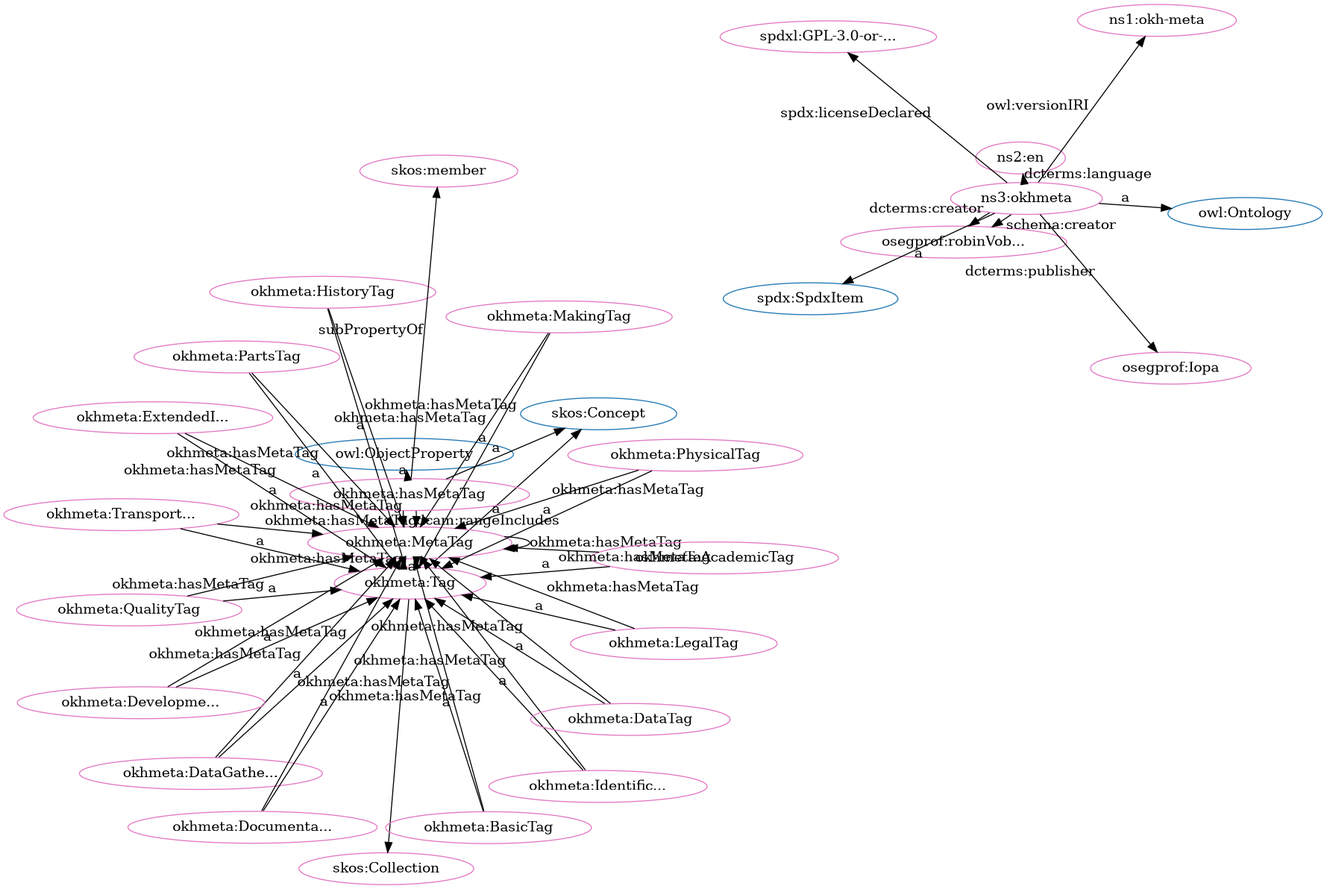
This is src/spec/fdp_okh-meta.png from iop-alliance/OpenKnowHow, a Graphviz export, as it was before one commit. Its source is kept beside it as src/spec/fdp_okh-meta.dot.
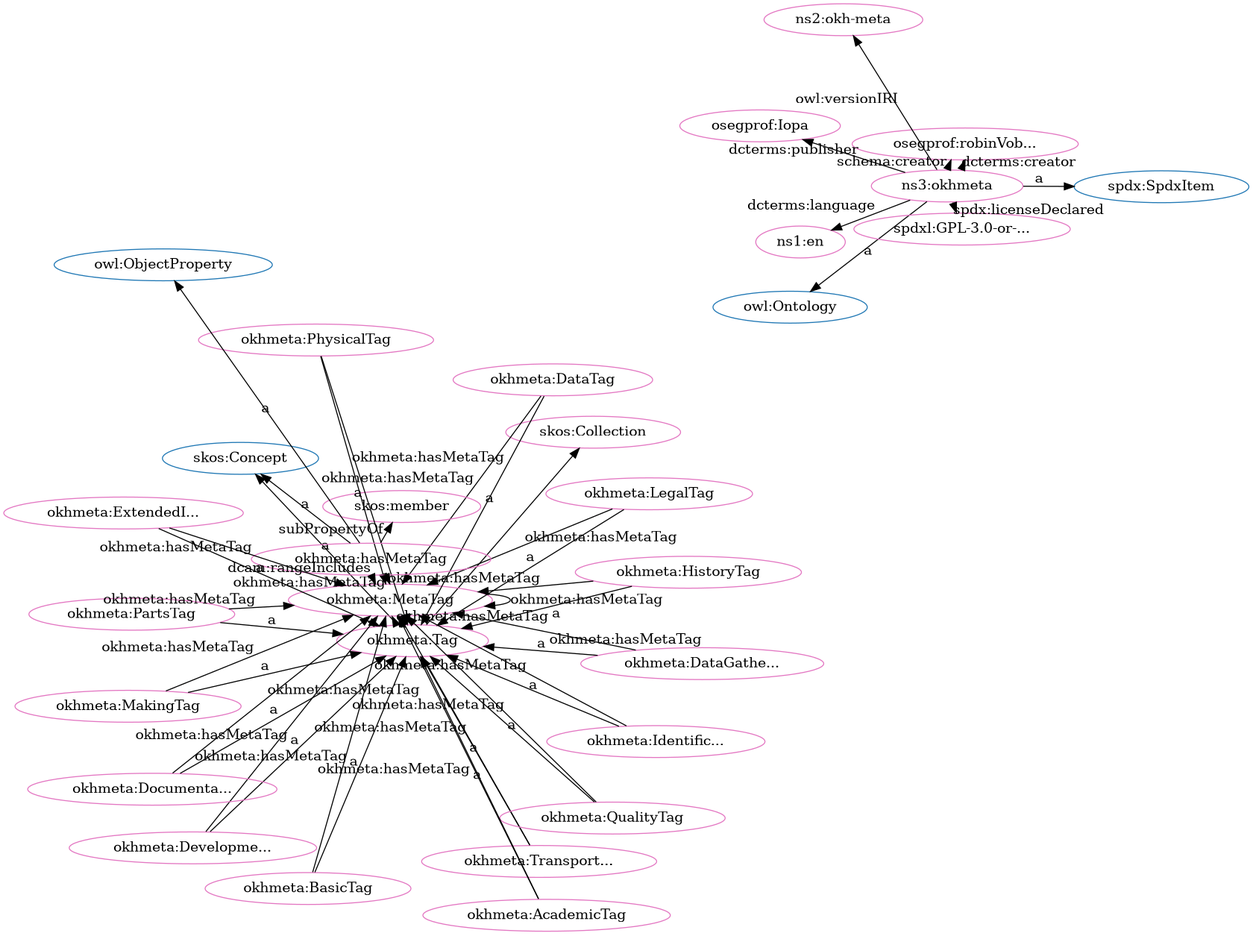
Above is the later version.

Diff of the diagram source:
```diff
@@ -1,84 +1,84 @@
 digraph G {
   rankdir=BT
   node[height=.3]
+"http://www.w3.org/2002/07/owl#Ontology" [fillcolor="#1f77b4" color="#1f77b4" label="owl:Ontology"]
 "http://www.w3.org/2002/07/owl#ObjectProperty" [fillcolor="#1f77b4" color="#1f77b4" label="owl:ObjectProperty"]
+"http://w3id.org/oseg/ont/okhmeta#Tag" [fillcolor="#1f77b4" color="#1f77b4" label="okhmeta:Tag"]
+"http://www.w3.org/2004/02/skos/core#Concept" [fillcolor="#1f77b4" color="#1f77b4" label="skos:Concept"]
 "http://spdx.org/rdf/terms#SpdxItem" [fillcolor="#1f77b4" color="#1f77b4" label="spdx:SpdxItem"]
-"http://www.w3.org/2002/07/owl#Ontology" [fillcolor="#1f77b4" color="#1f77b4" label="owl:Ontology"]
-"http://www.w3.org/2004/02/skos/core#Concept" [fillcolor="#1f77b4" color="#1f77b4" label="skos:Concept"]
 "http://www.w3.org/2004/02/skos/core#Collection" [fillcolor="#1f77b4" color="#1f77b4" label="skos:Collection"]
-"http://w3id.org/oseg/ont/okhmeta#Tag" [fillcolor="#1f77b4" color="#1f77b4" label="okhmeta:Tag"]
+"http://w3id.org/oseg/ont/okhmeta#DataTag" [fillcolor="#e377c2" color="#e377c2" label="okhmeta:DataTag"]
+"http://w3id.org/oseg/ont/okhmeta#HistoryTag" [fillcolor="#e377c2" color="#e377c2" label="okhmeta:HistoryTag"]
+"http://w3id.org/oseg/ont/okhmeta#MetaTag" [fillcolor="#e377c2" color="#e377c2" label="okhmeta:MetaTag"]
+"http://w3id.org/oseg/ont/okhmeta#TransportationTag" [fillcolor="#e377c2" color="#e377c2" label="okhmeta:Transport..."]
+"http://w3id.org/oseg/ont/okhmeta#DevelopmentTag" [fillcolor="#e377c2" color="#e377c2" label="okhmeta:Developme..."]
 "http://w3id.org/oseg/ont/okhmeta#MakingTag" [fillcolor="#e377c2" color="#e377c2" label="okhmeta:MakingTag"]
-"http://w3id.org/oseg/ont/okhmeta#MetaTag" [fillcolor="#e377c2" color="#e377c2" label="okhmeta:MetaTag"]
+"http://w3id.org/oseg/ont/okhmeta#IdentificationTag" [fillcolor="#e377c2" color="#e377c2" label="okhmeta:Identific..."]
+"http://id.loc.gov/vocabulary/iso639-1/en" [fillcolor="#e377c2" color="#e377c2" label="ns1:en"]
+"http://w3id.org/oseg/ont/okhmeta#PartsTag" [fillcolor="#e377c2" color="#e377c2" label="okhmeta:PartsTag"]
+"http://w3id.org/oseg/ont/1.1.0/okh-meta" [fillcolor="#e377c2" color="#e377c2" label="ns2:okh-meta"]
+"http://www.w3.org/2004/02/skos/core#member" [fillcolor="#e377c2" color="#e377c2" label="skos:member"]
+"http://w3id.org/oseg/ont/okhmeta#LegalTag" [fillcolor="#e377c2" color="#e377c2" label="okhmeta:LegalTag"]
 "http://w3id.org/oseg/ont/oseg-profiles#robinVobruba" [fillcolor="#e377c2" color="#e377c2" label="osegprof:robinVob..."]
+"http://w3id.org/oseg/ont/okhmeta#QualityTag" [fillcolor="#e377c2" color="#e377c2" label="okhmeta:QualityTag"]
+"http://w3id.org/oseg/ont/oseg-profiles#Iopa" [fillcolor="#e377c2" color="#e377c2" label="osegprof:Iopa"]
+"http://w3id.org/oseg/ont/okhmeta#PhysicalTag" [fillcolor="#e377c2" color="#e377c2" label="okhmeta:PhysicalTag"]
+"http://www.w3.org/2004/02/skos/core#Collection" [fillcolor="#e377c2" color="#e377c2" label="skos:Collection"]
+"http://w3id.org/oseg/ont/okhmeta" [fillcolor="#e377c2" color="#e377c2" label="ns3:okhmeta"]
 "http://spdx.org/licenses/GPL-3.0-or-later" [fillcolor="#e377c2" color="#e377c2" label="spdxl:GPL-3.0-or-..."]
-"http://w3id.org/oseg/ont/1.1.0/okh-meta" [fillcolor="#e377c2" color="#e377c2" label="ns1:okh-meta"]
-"http://www.w3.org/2004/02/skos/core#member" [fillcolor="#e377c2" color="#e377c2" label="skos:member"]
-"http://id.loc.gov/vocabulary/iso639-1/en" [fillcolor="#e377c2" color="#e377c2" label="ns2:en"]
-"http://w3id.org/oseg/ont/okhmeta#PhysicalTag" [fillcolor="#e377c2" color="#e377c2" label="okhmeta:PhysicalTag"]
-"http://w3id.org/oseg/ont/okhmeta" [fillcolor="#e377c2" color="#e377c2" label="ns3:okhmeta"]
+"http://w3id.org/oseg/ont/okhmeta#AcademicTag" [fillcolor="#e377c2" color="#e377c2" label="okhmeta:AcademicTag"]
+"http://w3id.org/oseg/ont/okhmeta#DocumentationTag" [fillcolor="#e377c2" color="#e377c2" label="okhmeta:Documenta..."]
+"http://w3id.org/oseg/ont/okhmeta#Tag" [fillcolor="#e377c2" color="#e377c2" label="okhmeta:Tag"]
+"http://w3id.org/oseg/ont/okhmeta#hasMetaTag" [fillcolor="#e377c2" color="#e377c2" label="okhmeta:hasMetaTag"]
+"http://w3id.org/oseg/ont/okhmeta#ExtendedInfoTag" [fillcolor="#e377c2" color="#e377c2" label="okhmeta:ExtendedI..."]
 "http://w3id.org/oseg/ont/okhmeta#DataGatheringTag" [fillcolor="#e377c2" color="#e377c2" label="okhmeta:DataGathe..."]
-"http://w3id.org/oseg/ont/okhmeta#AcademicTag" [fillcolor="#e377c2" color="#e377c2" label="okhmeta:AcademicTag"]
-"http://w3id.org/oseg/ont/okhmeta#IdentificationTag" [fillcolor="#e377c2" color="#e377c2" label="okhmeta:Identific..."]
-"http://w3id.org/oseg/ont/okhmeta#TransportationTag" [fillcolor="#e377c2" color="#e377c2" label="okhmeta:Transport..."]
-"http://w3id.org/oseg/ont/okhmeta#Tag" [fillcolor="#e377c2" color="#e377c2" label="okhmeta:Tag"]
-"http://w3id.org/oseg/ont/okhmeta#HistoryTag" [fillcolor="#e377c2" color="#e377c2" label="okhmeta:HistoryTag"]
-"http://w3id.org/oseg/ont/okhmeta#hasMetaTag" [fillcolor="#e377c2" color="#e377c2" label="okhmeta:hasMetaTag"]
-"http://www.w3.org/2004/02/skos/core#Collection" [fillcolor="#e377c2" color="#e377c2" label="skos:Collection"]
-"http://w3id.org/oseg/ont/okhmeta#ExtendedInfoTag" [fillcolor="#e377c2" color="#e377c2" label="okhmeta:ExtendedI..."]
-"http://w3id.org/oseg/ont/okhmeta#DataTag" [fillcolor="#e377c2" color="#e377c2" label="okhmeta:DataTag"]
-"http://w3id.org/oseg/ont/oseg-profiles#Iopa" [fillcolor="#e377c2" color="#e377c2" label="osegprof:Iopa"]
 "http://w3id.org/oseg/ont/okhmeta#BasicTag" [fillcolor="#e377c2" color="#e377c2" label="okhmeta:BasicTag"]
-"http://w3id.org/oseg/ont/okhmeta#PartsTag" [fillcolor="#e377c2" color="#e377c2" label="okhmeta:PartsTag"]
-"http://w3id.org/oseg/ont/okhmeta#DevelopmentTag" [fillcolor="#e377c2" color="#e377c2" label="okhmeta:Developme..."]
-"http://w3id.org/oseg/ont/okhmeta#DocumentationTag" [fillcolor="#e377c2" color="#e377c2" label="okhmeta:Documenta..."]
-"http://w3id.org/oseg/ont/okhmeta#LegalTag" [fillcolor="#e377c2" color="#e377c2" label="okhmeta:LegalTag"]
-"http://w3id.org/oseg/ont/okhmeta#QualityTag" [fillcolor="#e377c2" color="#e377c2" label="okhmeta:QualityTag"]
-  "http://w3id.org/oseg/ont/okhmeta#PhysicalTag" -> "http://w3id.org/oseg/ont/okhmeta#MetaTag" [label="okhmeta:hasMetaTag"]
-  "http://w3id.org/oseg/ont/okhmeta" -> "http://w3id.org/oseg/ont/oseg-profiles#robinVobruba" [label="schema:creator"]
-  "http://w3id.org/oseg/ont/okhmeta" -> "http://id.loc.gov/vocabulary/iso639-1/en" [label="dcterms:language"]
-  "http://w3id.org/oseg/ont/okhmeta#PhysicalTag" -> "http://w3id.org/oseg/ont/okhmeta#Tag" [label="a"]
-  "http://w3id.org/oseg/ont/okhmeta#hasMetaTag" -> "http://w3id.org/oseg/ont/okhmeta#MetaTag" [label="dcam:rangeIncludes"]
-  "http://w3id.org/oseg/ont/okhmeta#hasMetaTag" -> "http://w3id.org/oseg/ont/okhmeta#MetaTag" [label="okhmeta:hasMetaTag"]
-  "http://w3id.org/oseg/ont/okhmeta#TransportationTag" -> "http://w3id.org/oseg/ont/okhmeta#MetaTag" [label="okhmeta:hasMetaTag"]
-  "http://w3id.org/oseg/ont/okhmeta#AcademicTag" -> "http://w3id.org/oseg/ont/okhmeta#Tag" [label="a"]
-  "http://w3id.org/oseg/ont/okhmeta#HistoryTag" -> "http://w3id.org/oseg/ont/okhmeta#MetaTag" [label="okhmeta:hasMetaTag"]
+  "http://w3id.org/oseg/ont/okhmeta#DataTag" -> "http://w3id.org/oseg/ont/okhmeta#Tag" [label="a"]
+  "http://w3id.org/oseg/ont/okhmeta#HistoryTag" -> "http://w3id.org/oseg/ont/okhmeta#Tag" [label="a"]
+  "http://w3id.org/oseg/ont/okhmeta#IdentificationTag" -> "http://w3id.org/oseg/ont/okhmeta#MetaTag" [label="okhmeta:hasMetaTag"]
   "http://w3id.org/oseg/ont/okhmeta#PartsTag" -> "http://w3id.org/oseg/ont/okhmeta#MetaTag" [label="okhmeta:hasMetaTag"]
   "http://w3id.org/oseg/ont/okhmeta#TransportationTag" -> "http://w3id.org/oseg/ont/okhmeta#Tag" [label="a"]
+  "http://w3id.org/oseg/ont/okhmeta#DevelopmentTag" -> "http://w3id.org/oseg/ont/okhmeta#Tag" [label="a"]
+  "http://w3id.org/oseg/ont/okhmeta#MakingTag" -> "http://w3id.org/oseg/ont/okhmeta#Tag" [label="a"]
+  "http://w3id.org/oseg/ont/okhmeta#MetaTag" -> "http://w3id.org/oseg/ont/okhmeta#MetaTag" [label="okhmeta:hasMetaTag"]
+  "http://w3id.org/oseg/ont/okhmeta#ExtendedInfoTag" -> "http://w3id.org/oseg/ont/okhmeta#MetaTag" [label="okhmeta:hasMetaTag"]
+  "http://w3id.org/oseg/ont/okhmeta#QualityTag" -> "http://w3id.org/oseg/ont/okhmeta#MetaTag" [label="okhmeta:hasMetaTag"]
+  "http://w3id.org/oseg/ont/okhmeta#LegalTag" -> "http://w3id.org/oseg/ont/okhmeta#Tag" [label="a"]
+  "http://w3id.org/oseg/ont/okhmeta" -> "http://w3id.org/oseg/ont/oseg-profiles#robinVobruba" [label="schema:creator"]
+  "http://w3id.org/oseg/ont/okhmeta#HistoryTag" -> "http://w3id.org/oseg/ont/okhmeta#MetaTag" [label="okhmeta:hasMetaTag"]
+  "http://w3id.org/oseg/ont/okhmeta#MetaTag" -> "http://w3id.org/oseg/ont/okhmeta#Tag" [label="a"]
+  "http://w3id.org/oseg/ont/okhmeta#PhysicalTag" -> "http://w3id.org/oseg/ont/okhmeta#Tag" [label="a"]
+  "http://w3id.org/oseg/ont/okhmeta#MakingTag" -> "http://w3id.org/oseg/ont/okhmeta#MetaTag" [label="okhmeta:hasMetaTag"]
+  "http://w3id.org/oseg/ont/okhmeta#Tag" -> "http://www.w3.org/2004/02/skos/core#Collection" [label=""]
+  "http://w3id.org/oseg/ont/okhmeta" -> "http://spdx.org/licenses/GPL-3.0-or-later" [label="spdx:licenseDeclared"]
+  "http://w3id.org/oseg/ont/okhmeta#AcademicTag" -> "http://w3id.org/oseg/ont/okhmeta#Tag" [label="a"]
+  "http://w3id.org/oseg/ont/okhmeta#DocumentationTag" -> "http://w3id.org/oseg/ont/okhmeta#Tag" [label="a"]
+  "http://w3id.org/oseg/ont/okhmeta" -> "http://www.w3.org/2002/07/owl#Ontology" [label="a"]
+  "http://w3id.org/oseg/ont/okhmeta#DataGatheringTag" -> "http://w3id.org/oseg/ont/okhmeta#Tag" [label="a"]
+  "http://w3id.org/oseg/ont/okhmeta#DataTag" -> "http://w3id.org/oseg/ont/okhmeta#MetaTag" [label="okhmeta:hasMetaTag"]
+  "http://w3id.org/oseg/ont/okhmeta#BasicTag" -> "http://w3id.org/oseg/ont/okhmeta#Tag" [label="a"]
+  "http://w3id.org/oseg/ont/okhmeta" -> "http://w3id.org/oseg/ont/oseg-profiles#robinVobruba" [label="dcterms:creator"]
+  "http://w3id.org/oseg/ont/okhmeta#hasMetaTag" -> "http://www.w3.org/2004/02/skos/core#Concept" [label="a"]
+  "http://w3id.org/oseg/ont/okhmeta#TransportationTag" -> "http://w3id.org/oseg/ont/okhmeta#MetaTag" [label="okhmeta:hasMetaTag"]
+  "http://w3id.org/oseg/ont/okhmeta#DevelopmentTag" -> "http://w3id.org/oseg/ont/okhmeta#MetaTag" [label="okhmeta:hasMetaTag"]
+  "http://w3id.org/oseg/ont/okhmeta#IdentificationTag" -> "http://w3id.org/oseg/ont/okhmeta#Tag" [label="a"]
+  "http://w3id.org/oseg/ont/okhmeta#LegalTag" -> "http://w3id.org/oseg/ont/okhmeta#MetaTag" [label="okhmeta:hasMetaTag"]
+  "http://w3id.org/oseg/ont/okhmeta" -> "http://id.loc.gov/vocabulary/iso639-1/en" [label="dcterms:language"]
+  "http://w3id.org/oseg/ont/okhmeta#PartsTag" -> "http://w3id.org/oseg/ont/okhmeta#Tag" [label="a"]
+  "http://w3id.org/oseg/ont/okhmeta" -> "http://w3id.org/oseg/ont/1.1.0/okh-meta" [label="owl:versionIRI"]
+  "http://w3id.org/oseg/ont/okhmeta#hasMetaTag" -> "http://w3id.org/oseg/ont/okhmeta#MetaTag" [label="okhmeta:hasMetaTag"]
+  "http://w3id.org/oseg/ont/okhmeta#hasMetaTag" -> "http://www.w3.org/2004/02/skos/core#member" [label="subPropertyOf"]
+  "http://w3id.org/oseg/ont/okhmeta#PhysicalTag" -> "http://w3id.org/oseg/ont/okhmeta#MetaTag" [label="okhmeta:hasMetaTag"]
+  "http://w3id.org/oseg/ont/okhmeta#QualityTag" -> "http://w3id.org/oseg/ont/okhmeta#Tag" [label="a"]
+  "http://w3id.org/oseg/ont/okhmeta" -> "http://w3id.org/oseg/ont/oseg-profiles#Iopa" [label="dcterms:publisher"]
+  "http://w3id.org/oseg/ont/okhmeta#hasMetaTag" -> "http://w3id.org/oseg/ont/okhmeta#MetaTag" [label="dcam:rangeIncludes"]
+  "http://w3id.org/oseg/ont/okhmeta" -> "http://spdx.org/rdf/terms#SpdxItem" [label="a"]
+  "http://w3id.org/oseg/ont/okhmeta#AcademicTag" -> "http://w3id.org/oseg/ont/okhmeta#MetaTag" [label="okhmeta:hasMetaTag"]
+  "http://w3id.org/oseg/ont/okhmeta#DocumentationTag" -> "http://w3id.org/oseg/ont/okhmeta#MetaTag" [label="okhmeta:hasMetaTag"]
   "http://w3id.org/oseg/ont/okhmeta#Tag" -> "http://www.w3.org/2004/02/skos/core#Concept" [label="a"]
-  "http://w3id.org/oseg/ont/okhmeta#HistoryTag" -> "http://w3id.org/oseg/ont/okhmeta#Tag" [label="a"]
   "http://w3id.org/oseg/ont/okhmeta#hasMetaTag" -> "http://www.w3.org/2002/07/owl#ObjectProperty" [label="a"]
-  "http://w3id.org/oseg/ont/okhmeta" -> "http://w3id.org/oseg/ont/oseg-profiles#robinVobruba" [label="dcterms:creator"]
-  "http://w3id.org/oseg/ont/okhmeta#DataTag" -> "http://w3id.org/oseg/ont/okhmeta#Tag" [label="a"]
-  "http://w3id.org/oseg/ont/okhmeta#MakingTag" -> "http://w3id.org/oseg/ont/okhmeta#MetaTag" [label="okhmeta:hasMetaTag"]
-  "http://w3id.org/oseg/ont/okhmeta" -> "http://w3id.org/oseg/ont/oseg-profiles#Iopa" [label="dcterms:publisher"]
-  "http://w3id.org/oseg/ont/okhmeta" -> "http://www.w3.org/2002/07/owl#Ontology" [label="a"]
-  "http://w3id.org/oseg/ont/okhmeta#QualityTag" -> "http://w3id.org/oseg/ont/okhmeta#MetaTag" [label="okhmeta:hasMetaTag"]
-  "http://w3id.org/oseg/ont/okhmeta#PartsTag" -> "http://w3id.org/oseg/ont/okhmeta#Tag" [label="a"]
-  "http://w3id.org/oseg/ont/okhmeta#DevelopmentTag" -> "http://w3id.org/oseg/ont/okhmeta#Tag" [label="a"]
-  "http://w3id.org/oseg/ont/okhmeta#QualityTag" -> "http://w3id.org/oseg/ont/okhmeta#Tag" [label="a"]
-  "http://w3id.org/oseg/ont/okhmeta#MakingTag" -> "http://w3id.org/oseg/ont/okhmeta#Tag" [label="a"]
-  "http://w3id.org/oseg/ont/okhmeta#DevelopmentTag" -> "http://w3id.org/oseg/ont/okhmeta#MetaTag" [label="okhmeta:hasMetaTag"]
-  "http://w3id.org/oseg/ont/okhmeta" -> "http://spdx.org/licenses/GPL-3.0-or-later" [label="spdx:licenseDeclared"]
+  "http://w3id.org/oseg/ont/okhmeta#DataGatheringTag" -> "http://w3id.org/oseg/ont/okhmeta#MetaTag" [label="okhmeta:hasMetaTag"]
+  "http://w3id.org/oseg/ont/okhmeta#BasicTag" -> "http://w3id.org/oseg/ont/okhmeta#MetaTag" [label="okhmeta:hasMetaTag"]
+  "http://w3id.org/oseg/ont/okhmeta#ExtendedInfoTag" -> "http://w3id.org/oseg/ont/okhmeta#Tag" [label="a"]
   "http://w3id.org/oseg/ont/okhmeta#Tag" -> "http://w3id.org/oseg/ont/okhmeta#MetaTag" [label="okhmeta:hasMetaTag"]
-  "http://w3id.org/oseg/ont/okhmeta#IdentificationTag" -> "http://w3id.org/oseg/ont/okhmeta#MetaTag" [label="okhmeta:hasMetaTag"]
-  "http://w3id.org/oseg/ont/okhmeta" -> "http://w3id.org/oseg/ont/1.1.0/okh-meta" [label="owl:versionIRI"]
-  "http://w3id.org/oseg/ont/okhmeta#hasMetaTag" -> "http://www.w3.org/2004/02/skos/core#member" [label="subPropertyOf"]
-  "http://w3id.org/oseg/ont/okhmeta" -> "http://spdx.org/rdf/terms#SpdxItem" [label="a"]
-  "http://w3id.org/oseg/ont/okhmeta#DataGatheringTag" -> "http://w3id.org/oseg/ont/okhmeta#Tag" [label="a"]
-  "http://w3id.org/oseg/ont/okhmeta#ExtendedInfoTag" -> "http://w3id.org/oseg/ont/okhmeta#MetaTag" [label="okhmeta:hasMetaTag"]
-  "http://w3id.org/oseg/ont/okhmeta#IdentificationTag" -> "http://w3id.org/oseg/ont/okhmeta#Tag" [label="a"]
-  "http://w3id.org/oseg/ont/okhmeta#BasicTag" -> "http://w3id.org/oseg/ont/okhmeta#MetaTag" [label="okhmeta:hasMetaTag"]
-  "http://w3id.org/oseg/ont/okhmeta#DataGatheringTag" -> "http://w3id.org/oseg/ont/okhmeta#MetaTag" [label="okhmeta:hasMetaTag"]
-  "http://w3id.org/oseg/ont/okhmeta#DocumentationTag" -> "http://w3id.org/oseg/ont/okhmeta#MetaTag" [label="okhmeta:hasMetaTag"]
-  "http://w3id.org/oseg/ont/okhmeta#Tag" -> "http://www.w3.org/2004/02/skos/core#Collection" [label=""]
-  "http://w3id.org/oseg/ont/okhmeta#ExtendedInfoTag" -> "http://w3id.org/oseg/ont/okhmeta#Tag" [label="a"]
-  "http://w3id.org/oseg/ont/okhmeta#AcademicTag" -> "http://w3id.org/oseg/ont/okhmeta#MetaTag" [label="okhmeta:hasMetaTag"]
-  "http://w3id.org/oseg/ont/okhmeta#LegalTag" -> "http://w3id.org/oseg/ont/okhmeta#MetaTag" [label="okhmeta:hasMetaTag"]
-  "http://w3id.org/oseg/ont/okhmeta#MetaTag" -> "http://w3id.org/oseg/ont/okhmeta#MetaTag" [label="okhmeta:hasMetaTag"]
-  "http://w3id.org/oseg/ont/okhmeta#BasicTag" -> "http://w3id.org/oseg/ont/okhmeta#Tag" [label="a"]
-  "http://w3id.org/oseg/ont/okhmeta#hasMetaTag" -> "http://www.w3.org/2004/02/skos/core#Concept" [label="a"]
-  "http://w3id.org/oseg/ont/okhmeta#DocumentationTag" -> "http://w3id.org/oseg/ont/okhmeta#Tag" [label="a"]
-  "http://w3id.org/oseg/ont/okhmeta#LegalTag" -> "http://w3id.org/oseg/ont/okhmeta#Tag" [label="a"]
-  "http://w3id.org/oseg/ont/okhmeta#MetaTag" -> "http://w3id.org/oseg/ont/okhmeta#Tag" [label="a"]
-  "http://w3id.org/oseg/ont/okhmeta#DataTag" -> "http://w3id.org/oseg/ont/okhmeta#MetaTag" [label="okhmeta:hasMetaTag"]
 }
```
